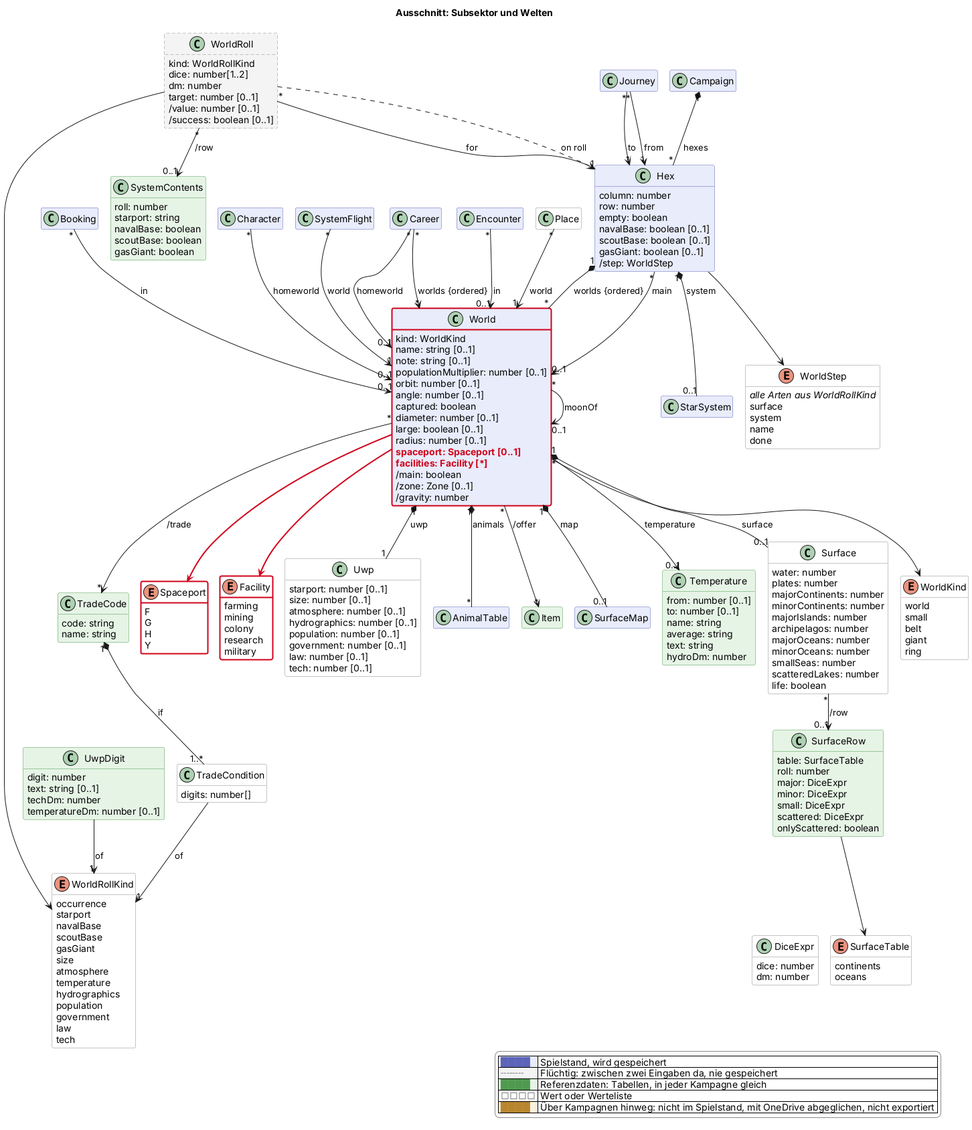
Earlier version of the PlantUML export docs/views/sektor.png (scuzzar/SRE).
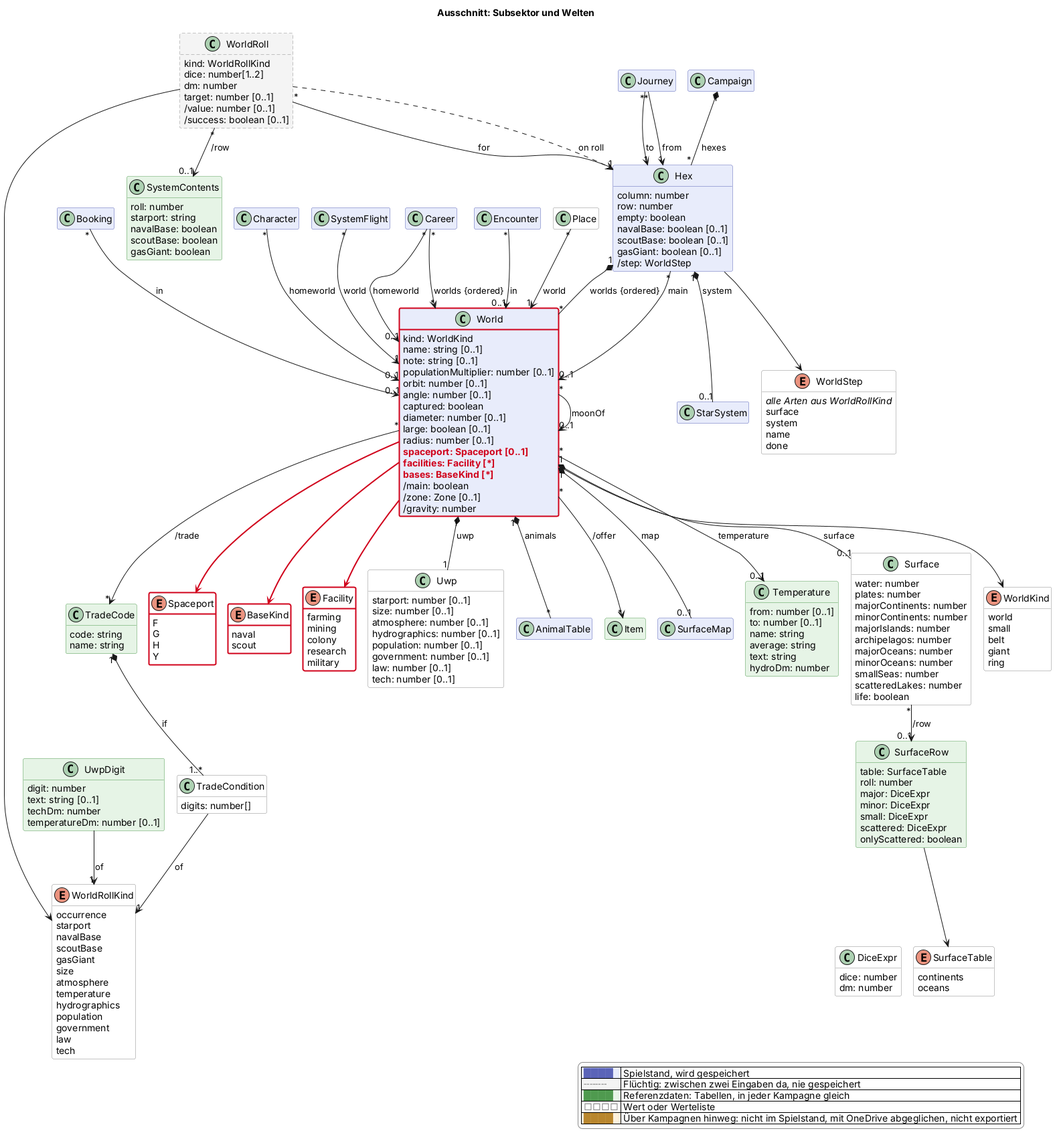
After the commit.

The edit, as a diff of the source:
```diff
@@ -101,6 +101,7 @@
     radius: number [0..1]
     $new("2026-11-20c", "spaceport: Spaceport [0..1]")
     $new("2026-11-20c", "facilities: Facility [*]")
+    $new("2026-11-20c", "bases: BaseKind [*]")
     /main: boolean
     /zone: Zone [0..1]
     /gravity: number
@@ -117,6 +118,10 @@
     G
     H
     Y
+  }
+  enum BaseKind <<value>> $sektor $newClass("2026-11-20c") {
+    naval
+    scout
   }
   enum Facility <<value>> $sektor $newClass("2026-11-20c") {
     farming
@@ -246,6 +251,7 @@
 World --> WorldKind
 World -$newArrow("2026-11-20c")-> Spaceport
 World -$newArrow("2026-11-20c")-> Facility
+World -$newArrow("2026-11-20c")-> BaseKind
 
 Journey "*" --> "1" Hex : from
 Journey "*" --> "1" Hex : to
```
